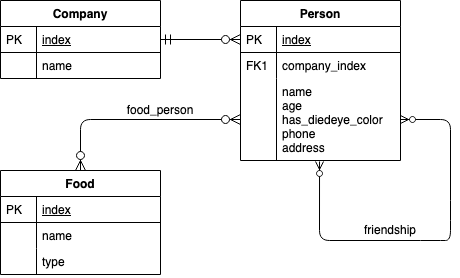
The draw.io diagram erd.png in bachtran/paranuara, before a commit. Source tidied: cells renumbered, new cells last; positions are measured from the earlier drawing's top-left corner, leaving out a move shared by most shapes.
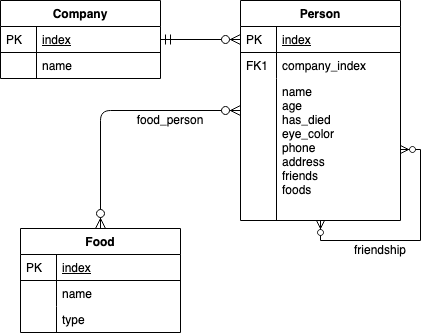
Above is the later version.

The edit, as a diff of the source:
```diff
@@ -18,7 +18,7 @@
       <mxGeometry width="36" height="26" as="geometry" />
     </mxCell>
     <mxCell id="7" value="Person" style="swimlane;fontStyle=1;horizontal=1;startSize=26;rounded=0;shadow=0;strokeWidth=1;" parent="1" vertex="1">
-      <mxGeometry x="240" width="160" height="160" as="geometry" />
+      <mxGeometry x="240" width="160" height="220" as="geometry" />
     </mxCell>
     <mxCell id="8" value="index" style="shape=partialRectangle;top=0;left=0;right=0;bottom=1;align=left;verticalAlign=top;fillColor=none;spacingLeft=40;spacingRight=4;overflow=hidden;points=[[0,0.5],[1,0.5]];portConstraint=eastwest;rounded=0;shadow=0;strokeWidth=1;fontStyle=4;" parent="7" vertex="1">
       <mxGeometry y="26" width="160" height="26" as="geometry" />
@@ -32,31 +32,29 @@
     <mxCell id="11" value="FK1" style="shape=partialRectangle;top=0;left=0;bottom=0;fillColor=none;align=left;verticalAlign=top;spacingLeft=4;spacingRight=4;overflow=hidden;" parent="10" vertex="1">
       <mxGeometry width="36" height="26" as="geometry" />
     </mxCell>
-    <mxCell id="12" value="name&#10;age&#10;has_diedeye_color&#10;phone&#10;address&#10;" style="shape=partialRectangle;top=0;left=0;right=0;bottom=0;align=left;verticalAlign=top;fillColor=none;spacingLeft=40;spacingRight=4;overflow=hidden;points=[[0,0.5],[1,0.5]];portConstraint=eastwest;rounded=0;shadow=0;strokeWidth=1;" parent="7" vertex="1">
-      <mxGeometry y="78" width="160" height="82" as="geometry" />
+    <mxCell id="12" value="name&#10;age&#10;has_died&#10;eye_color&#10;phone&#10;address&#10;friends&#10;foods&#10;" style="shape=partialRectangle;top=0;left=0;right=0;bottom=0;align=left;verticalAlign=top;fillColor=none;spacingLeft=40;spacingRight=4;overflow=hidden;points=[[0,0.5],[1,0.5]];portConstraint=eastwest;rounded=0;shadow=0;strokeWidth=1;" parent="7" vertex="1">
+      <mxGeometry y="78" width="160" height="142" as="geometry" />
     </mxCell>
     <mxCell id="13" style="shape=partialRectangle;top=0;left=0;bottom=0;fillColor=none;align=left;verticalAlign=top;spacingLeft=4;spacingRight=4;overflow=hidden;" parent="12" vertex="1">
-      <mxGeometry width="36" height="82" as="geometry" />
+      <mxGeometry width="36" height="142" as="geometry" />
     </mxCell>
-    <mxCell id="14" style="endArrow=ERzeroToMany;html=1;entryX=1;entryY=0.5;entryDx=0;entryDy=0;exitX=0.494;exitY=1.012;exitDx=0;exitDy=0;exitPerimeter=0;startArrow=ERzeroToMany;startFill=1;endFill=1;" parent="7" edge="1" source="12" target="12">
-      <mxGeometry relative="1" as="geometry">
-        <Array as="points">
-          <mxPoint x="79" y="240" />
-          <mxPoint x="190" y="240" />
-          <mxPoint x="210" y="240" />
-          <mxPoint x="210" y="210" />
-          <mxPoint x="210" y="119" />
-        </Array>
-      </mxGeometry>
-    </mxCell>
+    <mxCell id="26" style="edgeStyle=orthogonalEdgeStyle;rounded=0;jettySize=auto;html=1;exitX=0.5;exitY=1;exitDx=0;exitDy=0;startArrow=ERzeroToMany;startFill=1;endArrow=ERzeroToMany;endFill=1;" parent="7" edge="1" source="7" target="12">
+      <mxGeometry relative="1" as="geometry" />
+    </mxCell>
     <mxCell id="15" style="edgeStyle=orthogonalEdgeStyle;endArrow=ERzeroToMany;startArrow=ERmandOne;shadow=0;strokeWidth=1;endSize=8;startSize=8;" parent="1" edge="1" source="3" target="8">
       <mxGeometry relative="1" as="geometry" />
     </mxCell>
-    <mxCell id="16" style="edgeStyle=orthogonalEdgeStyle;endArrow=ERzeroToMany;startArrow=ERzeroToMany;shadow=0;strokeWidth=1;endSize=8;startSize=8;startFill=1;exitX=0;exitY=0.5;exitDx=0;exitDy=0;" parent="1" edge="1" source="12" target="17">
+    <mxCell id="16" style="edgeStyle=orthogonalEdgeStyle;endArrow=ERzeroToMany;startArrow=ERzeroToMany;shadow=0;strokeWidth=1;endSize=8;startSize=8;startFill=1;" parent="1" edge="1" source="7" target="17">
       <mxGeometry relative="1" as="geometry" />
     </mxCell>
+    <mxCell id="24" value="friendship" style="text;html=1;strokeColor=none;fillColor=none;align=center;verticalAlign=middle;whiteSpace=wrap;rounded=0;" parent="1" vertex="1">
+      <mxGeometry x="360" y="240" width="40" height="20" as="geometry" />
+    </mxCell>
+    <mxCell id="25" value="food_person" style="text;html=1;strokeColor=none;fillColor=none;align=center;verticalAlign=middle;whiteSpace=wrap;rounded=0;" parent="1" vertex="1">
+      <mxGeometry x="150" y="110" width="40" height="20" as="geometry" />
+    </mxCell>
     <mxCell id="17" value="Food" style="swimlane;fontStyle=1;horizontal=1;startSize=26;rounded=0;shadow=0;strokeWidth=1;" parent="1" vertex="1">
-      <mxGeometry y="170" width="160" height="104" as="geometry" />
+      <mxGeometry x="20" y="228" width="160" height="104" as="geometry" />
     </mxCell>
     <mxCell id="18" value="index" style="shape=partialRectangle;top=0;left=0;right=0;bottom=1;align=left;verticalAlign=top;fillColor=none;spacingLeft=40;spacingRight=4;overflow=hidden;rounded=0;shadow=0;strokeWidth=1;fontStyle=4;" parent="17" vertex="1">
       <mxGeometry y="26" width="160" height="26" as="geometry" />
@@ -76,11 +74,5 @@
     <mxCell id="23" style="shape=partialRectangle;top=0;left=0;bottom=0;fillColor=none;align=left;verticalAlign=top;spacingLeft=4;spacingRight=4;overflow=hidden;" parent="22" vertex="1">
       <mxGeometry width="36" height="26" as="geometry" />
     </mxCell>
-    <mxCell id="24" value="friendship" style="text;html=1;strokeColor=none;fillColor=none;align=center;verticalAlign=middle;whiteSpace=wrap;rounded=0;" parent="1" vertex="1">
-      <mxGeometry x="370" y="220" width="40" height="20" as="geometry" />
-    </mxCell>
-    <mxCell id="25" value="food_person" style="text;html=1;strokeColor=none;fillColor=none;align=center;verticalAlign=middle;whiteSpace=wrap;rounded=0;" parent="1" vertex="1">
-      <mxGeometry x="140" y="100" width="40" height="20" as="geometry" />
-    </mxCell>
   </root>
 </mxGraphModel>
```
